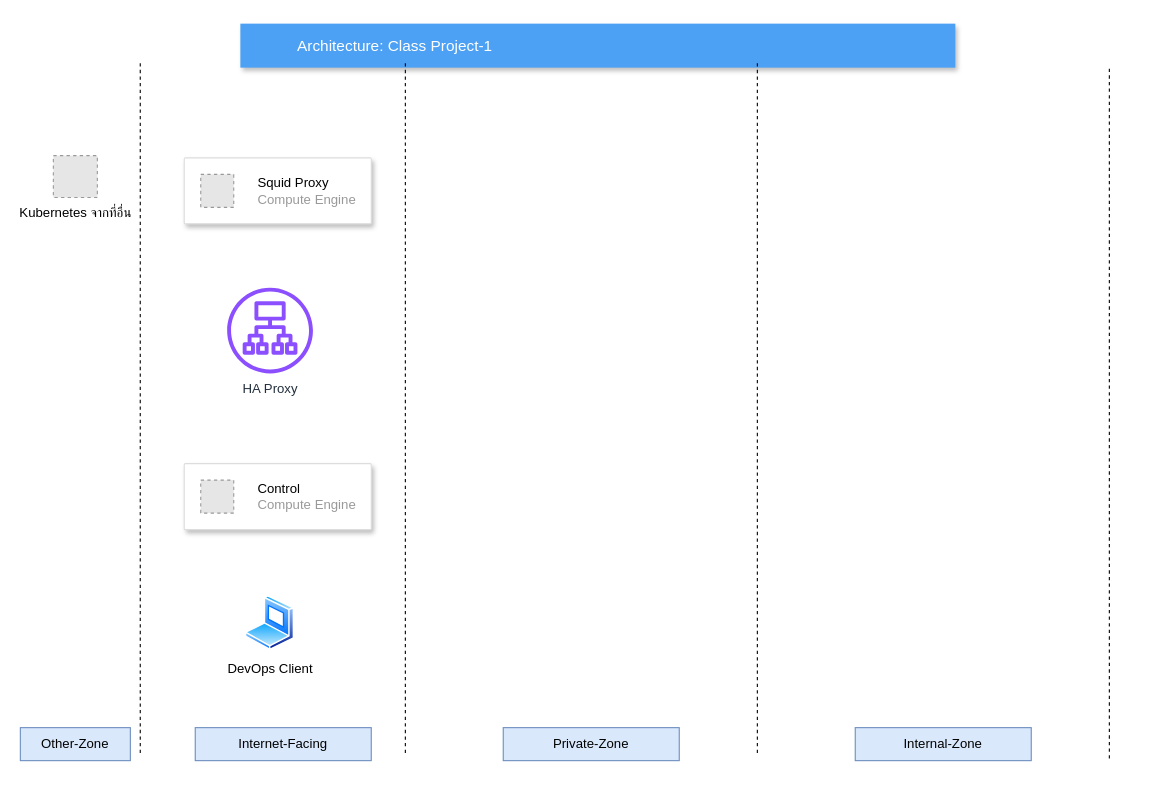
kenjiroe/futureskill keeps this draw.io diagram as workshop1.drawio. Above is the earlier version. Source tidied: cells renumbered, new cells numbered last; positions are measured from the earlier drawing's top-left corner, leaving out a move shared by most shapes. Both pictures are drawn from the tidied source at 110%, with x=0, y=0 at pixel (20, 23). Pictures stored in the file or linked from it are replaced by grey dashed boxes.
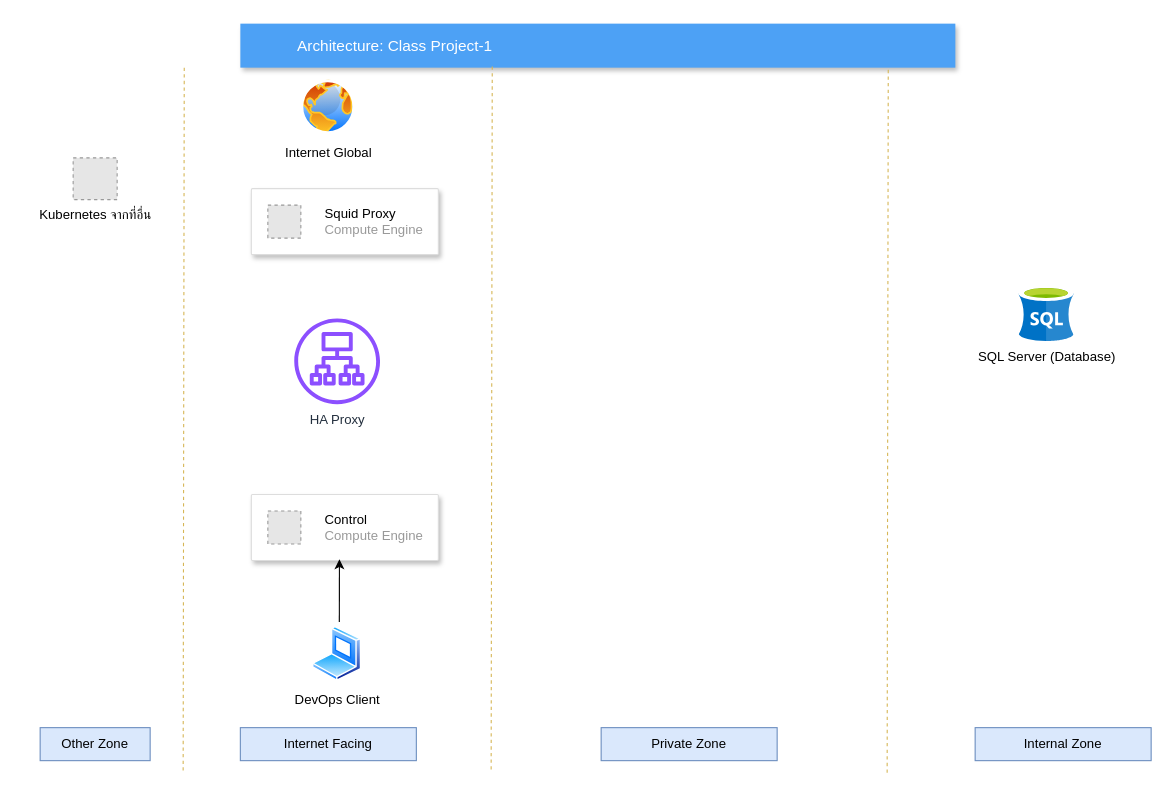
Above is the later version.

Change to the diagram source:
```diff
@@
-    <mxCell id="3" style="endArrow=none;dashed=1;html=1;rounded=0;" parent="1" edge="1">
-      <mxGeometry relative="1" as="geometry">
-        <mxPoint x="350" y="663" as="sourcePoint" />
-        <mxPoint x="350" y="34" as="targetPoint" />
-      </mxGeometry>
-    </mxCell>
-    <mxCell id="4" style="endArrow=none;dashed=1;html=1;rounded=0;" parent="1" edge="1">
-      <mxGeometry relative="1" as="geometry">
-        <mxPoint x="670" y="663" as="sourcePoint" />
-        <mxPoint x="670" y="34" as="targetPoint" />
-      </mxGeometry>
-    </mxCell>
-    <mxCell id="5" style="endArrow=none;dashed=1;html=1;rounded=0;" parent="1" edge="1">
-      <mxGeometry relative="1" as="geometry">
-        <mxPoint x="990" y="668" as="sourcePoint" />
-        <mxPoint x="990" y="39" as="targetPoint" />
-      </mxGeometry>
-    </mxCell>
-    <mxCell id="6" value="Internet-Facing" style="text;html=1;align=center;verticalAlign=middle;whiteSpace=wrap;rounded=0;fillColor=#dae8fc;strokeColor=#6c8ebf;" parent="1" vertex="1">
-      <mxGeometry x="159" y="640" width="160" height="30" as="geometry" />
+    <mxCell id="6" value="Internet Facing" style="text;html=1;align=center;verticalAlign=middle;whiteSpace=wrap;rounded=0;fillColor=#dae8fc;strokeColor=#6c8ebf;" parent="1" vertex="1">
+      <mxGeometry x="200" y="640" width="160" height="30" as="geometry" />
     </mxCell>
-    <mxCell id="7" value="Private-Zone" style="text;html=1;align=center;verticalAlign=middle;whiteSpace=wrap;rounded=0;fillColor=#dae8fc;strokeColor=#6c8ebf;" parent="1" vertex="1">
-      <mxGeometry x="439" y="640" width="160" height="30" as="geometry" />
+    <mxCell id="7" value="Private Zone" style="text;html=1;align=center;verticalAlign=middle;whiteSpace=wrap;rounded=0;fillColor=#dae8fc;strokeColor=#6c8ebf;" parent="1" vertex="1">
+      <mxGeometry x="528" y="640" width="160" height="30" as="geometry" />
     </mxCell>
-    <mxCell id="8" value="Internal-Zone" style="text;html=1;align=center;verticalAlign=middle;whiteSpace=wrap;rounded=0;fillColor=#dae8fc;strokeColor=#6c8ebf;" parent="1" vertex="1">
-      <mxGeometry x="759" y="640" width="160" height="30" as="geometry" />
+    <mxCell id="8" value="Internal Zone" style="text;html=1;align=center;verticalAlign=middle;whiteSpace=wrap;rounded=0;fillColor=#dae8fc;strokeColor=#6c8ebf;" parent="1" vertex="1">
+      <mxGeometry x="868" y="640" width="160" height="30" as="geometry" />
     </mxCell>
     <mxCell id="9" value="HA Proxy" style="sketch=0;fontColor=#232F3E;gradientColor=none;fillColor=#8C4FFF;strokeColor=none;dashed=0;verticalLabelPosition=bottom;verticalAlign=top;align=center;html=1;fontSize=12;fontStyle=0;shape=mxgraph.aws4.application_load_balancer;" parent="1" vertex="1">
-      <mxGeometry x="188" y="240" width="78" height="78" as="geometry" />
+      <mxGeometry x="249" y="268" width="78" height="78" as="geometry" />
     </mxCell>
-    <mxCell id="10" style="endArrow=none;dashed=1;html=1;rounded=0;" parent="1" edge="1">
+    <mxCell id="10" style="endArrow=none;dashed=1;html=1;rounded=0;strokeColor=#d6b656;strokeWidth=1;fillColor=#fff2cc;" parent="1" edge="1">
       <mxGeometry relative="1" as="geometry">
-        <mxPoint x="109" y="663" as="sourcePoint" />
-        <mxPoint x="109" y="34" as="targetPoint" />
+        <mxPoint x="148" y="679" as="sourcePoint" />
+        <mxPoint x="149" y="37" as="targetPoint" />
       </mxGeometry>
     </mxCell>
-    <mxCell id="11" value="Other-Zone" style="text;html=1;align=center;verticalAlign=middle;whiteSpace=wrap;rounded=0;fillColor=#dae8fc;strokeColor=#6c8ebf;" parent="1" vertex="1">
-      <mxGeometry y="640" width="100" height="30" as="geometry" />
+    <mxCell id="11" value="Other Zone" style="text;html=1;align=center;verticalAlign=middle;whiteSpace=wrap;rounded=0;fillColor=#dae8fc;strokeColor=#6c8ebf;" parent="1" vertex="1">
+      <mxGeometry x="18" y="640" width="100" height="30" as="geometry" />
     </mxCell>
     <mxCell id="12" value="Kubernetes จากที่อื่น" style="fillColor=#E6E6E6;strokeColor=#999999;dashed=1;html=1;verticalLabelPosition=bottom;labelBackgroundColor=#ffffff;verticalAlign=top;fontColor=default;" parent="1" vertex="1">
-      <mxGeometry x="30" y="120" width="40" height="38" as="geometry" />
+      <mxGeometry x="48" y="122" width="40" height="38" as="geometry" />
     </mxCell>
     <mxCell id="13" style="strokeColor=#dddddd;shadow=1;strokeWidth=1;rounded=1;absoluteArcSize=1;arcSize=2;" parent="1" vertex="1">
-      <mxGeometry x="149" y="122" width="170" height="60" as="geometry" />
+      <mxGeometry x="210" y="150" width="170" height="60" as="geometry" />
     </mxCell>
@@
     <mxCell id="15" style="strokeColor=#dddddd;shadow=1;strokeWidth=1;rounded=1;absoluteArcSize=1;arcSize=2;" parent="1" vertex="1">
-      <mxGeometry x="149" y="400" width="170" height="60" as="geometry" />
+      <mxGeometry x="210" y="428" width="170" height="60" as="geometry" />
     </mxCell>
@@
     <mxCell id="17" value="DevOps Client" style="image;perimeter=ellipsePerimeter;html=1;align=center;shadow=0;dashed=0;spacingTop=3;image=img/lib/active_directory/laptop_client.svg;" parent="1" vertex="1">
-      <mxGeometry x="204.5" y="520" width="45" height="50" as="geometry" />
+      <mxGeometry x="265.5" y="548" width="45" height="50" as="geometry" />
     </mxCell>
+    <mxCell id="18" style="endArrow=none;dashed=1;html=1;rounded=0;strokeColor=#d6b656;strokeWidth=1;fillColor=#fff2cc;" parent="1" edge="1">
+      <mxGeometry relative="1" as="geometry">
+        <mxPoint x="428" y="678" as="sourcePoint" />
+        <mxPoint x="429" y="36" as="targetPoint" />
+      </mxGeometry>
+    </mxCell>
+    <mxCell id="19" style="endArrow=none;dashed=1;html=1;rounded=0;strokeColor=#d6b656;strokeWidth=1;fillColor=#fff2cc;" parent="1" edge="1">
+      <mxGeometry relative="1" as="geometry">
+        <mxPoint x="788" y="681" as="sourcePoint" />
+        <mxPoint x="789" y="39" as="targetPoint" />
+      </mxGeometry>
+    </mxCell>
+    <mxCell id="20" value="SQL Server (Database)" style="image;sketch=0;html=1;align=center;fontSize=12;image=img/lib/mscae/dep/SQL_Server_Stretch_DB.svg;" parent="1" vertex="1">
+      <mxGeometry x="908" y="239" width="50" height="50" as="geometry" />
+    </mxCell>
+    <mxCell id="21" style="endArrow=classic;html=1;rounded=0;entryX=0.471;entryY=0.983;entryDx=0;entryDy=0;entryPerimeter=0;exitX=0.544;exitY=-0.08;exitDx=0;exitDy=0;exitPerimeter=0;" parent="1" edge="1" source="17" target="15">
+      <mxGeometry relative="1" as="geometry" />
+    </mxCell>
+    <mxCell id="22" value="Internet Global" style="image;perimeter=ellipsePerimeter;html=1;align=center;shadow=0;dashed=0;spacingTop=3;image=img/lib/active_directory/internet_globe.svg;" parent="1" vertex="1">
+      <mxGeometry x="255" y="51" width="50" height="50" as="geometry" />
+    </mxCell>
```
